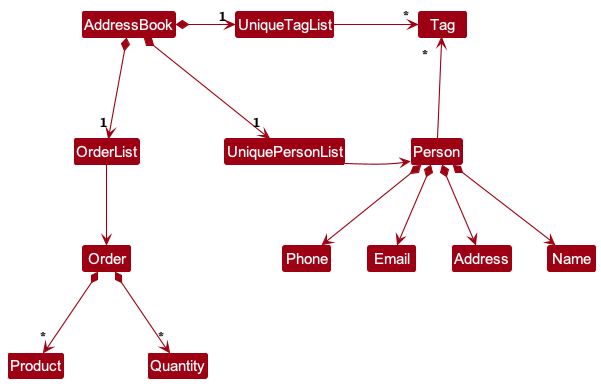
Before: docs/images/BetterModelClassDiagram.png, a diagram exported from PlantUML (bertrandong/tp).
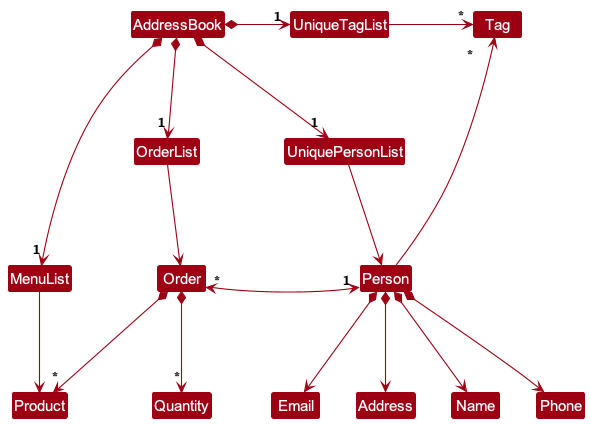
Above is the later version.

Change to the diagram source:
```diff
@@ -6,6 +6,7 @@
 
 AddressBook *-right-> "1" UniquePersonList
 AddressBook *-right-> "1" UniqueTagList
+AddressBook *-down-> "1" MenuList
 AddressBook *-down-> "1" OrderList
 UniqueTagList -[hidden]down- UniquePersonList
 UniqueTagList -[hidden]down- UniquePersonList
@@ -14,6 +15,7 @@
 UniquePersonList -right-> Person
 
 Person -up-> "*" Tag
+Person "1" <-left-> "*" Order
 
 Person *--> Name
 Person *--> Phone
@@ -24,4 +26,6 @@
 
 Order *--> "*" Product
 Order *--> "*" Quantity
+
+MenuList -down-> Product
 @enduml
```
